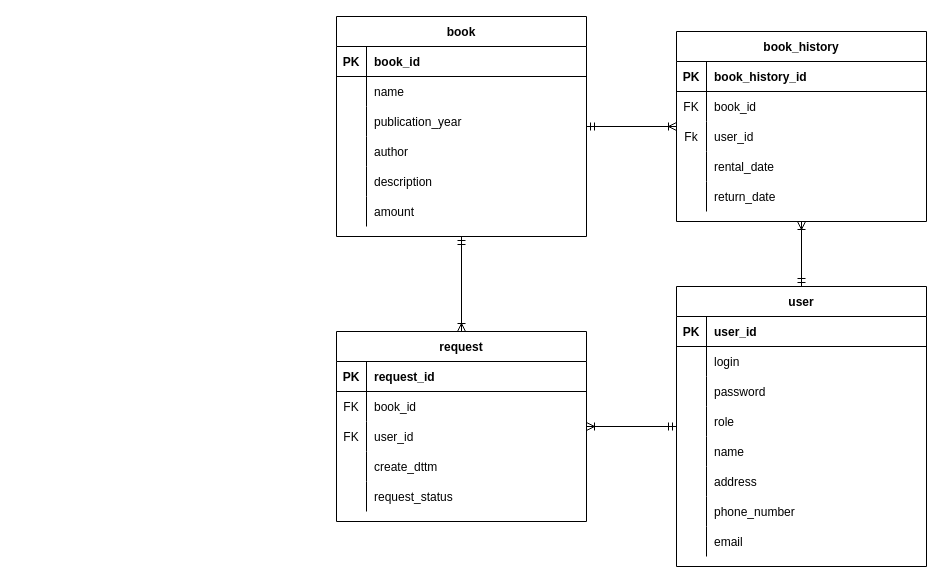
The draw.io diagram src/main/resources/erdiagram/er.drawio in Unusualuser/BookAccountingSystem, before the edit. Source tidied: cells renumbered, new cells numbered last; positions are measured from the earlier drawing's top-left corner, leaving out a move shared by most shapes. Both pictures are drawn from the tidied source at 100%, with x=0, y=0 at pixel (336, 16).
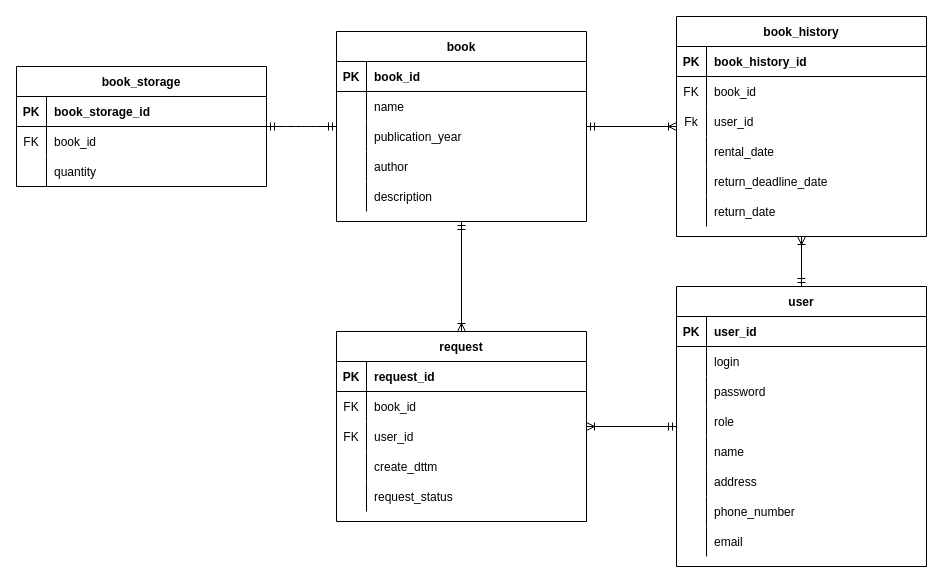
After the change.

What changed in the source:
```diff
@@
     <mxCell id="2" value="book" style="shape=table;startSize=30;childLayout=tableLayout;rowLines=0;fontStyle=1;align=center;" parent="1" vertex="1">
-      <mxGeometry width="250" height="220" as="geometry" />
+      <mxGeometry y="15" width="250" height="190" as="geometry" />
     </mxCell>
@@
-    <mxCell id="18" style="shape=partialRectangle;fillColor=none;top=0;left=0;right=0;bottom=0;" parent="2" vertex="1">
-      <mxGeometry y="180" width="250" height="30" as="geometry" />
-    </mxCell>
-    <mxCell id="19" style="shape=partialRectangle;overflow=hidden;fillColor=none;top=0;left=0;bottom=0;right=0;" parent="18" vertex="1">
-      <mxGeometry width="30" height="30" as="geometry" />
-    </mxCell>
-    <mxCell id="20" value="amount" style="shape=partialRectangle;overflow=hidden;fillColor=none;top=0;left=0;bottom=0;right=0;align=left;spacingLeft=6;" parent="18" vertex="1">
-      <mxGeometry x="30" width="220" height="30" as="geometry" />
-    </mxCell>
     <mxCell id="21" value="book_history" style="shape=table;startSize=30;childLayout=tableLayout;rowLines=0;fontStyle=1;align=center;" parent="1" vertex="1">
-      <mxGeometry x="340" y="15" width="250" height="190" as="geometry" />
+      <mxGeometry x="340" width="250" height="220" as="geometry" />
     </mxCell>
@@
+    <mxCell id="82" style="shape=partialRectangle;fillColor=none;top=0;left=0;right=0;bottom=0;" parent="21" vertex="1">
+      <mxGeometry y="150" width="250" height="30" as="geometry" />
+    </mxCell>
+    <mxCell id="83" style="shape=partialRectangle;overflow=hidden;fillColor=none;top=0;left=0;bottom=0;right=0;" parent="82" vertex="1">
+      <mxGeometry width="30" height="30" as="geometry" />
+    </mxCell>
+    <mxCell id="84" value="return_deadline_date" style="shape=partialRectangle;overflow=hidden;fillColor=none;top=0;left=0;bottom=0;right=0;align=left;spacingLeft=6;" parent="82" vertex="1">
+      <mxGeometry x="30" width="220" height="30" as="geometry" />
+    </mxCell>
     <mxCell id="34" style="shape=partialRectangle;fillColor=none;top=0;left=0;right=0;bottom=0;" parent="21" vertex="1">
-      <mxGeometry y="150" width="250" height="30" as="geometry" />
+      <mxGeometry y="180" width="250" height="30" as="geometry" />
     </mxCell>
@@
+    <mxCell id="85" value="book_storage" style="shape=table;startSize=30;childLayout=tableLayout;rowLines=0;fontStyle=1;align=center;" parent="1" vertex="1">
+      <mxGeometry x="-320" y="50" width="250" height="120" as="geometry" />
+    </mxCell>
+    <mxCell id="86" style="shape=partialRectangle;fillColor=none;top=0;left=0;right=0;bottom=1;" parent="85" vertex="1">
+      <mxGeometry y="30" width="250" height="30" as="geometry" />
+    </mxCell>
+    <mxCell id="87" value="PK" style="shape=partialRectangle;overflow=hidden;fillColor=none;top=0;left=0;bottom=0;right=0;fontStyle=1;" parent="86" vertex="1">
+      <mxGeometry width="30" height="30" as="geometry" />
+    </mxCell>
+    <mxCell id="88" value="book_storage_id" style="shape=partialRectangle;overflow=hidden;fillColor=none;top=0;left=0;bottom=0;right=0;align=left;spacingLeft=6;fontStyle=1;" parent="86" vertex="1">
+      <mxGeometry x="30" width="220" height="30" as="geometry" />
+    </mxCell>
+    <mxCell id="89" style="shape=partialRectangle;fillColor=none;top=0;left=0;right=0;bottom=0;" parent="85" vertex="1">
+      <mxGeometry y="60" width="250" height="30" as="geometry" />
+    </mxCell>
+    <mxCell id="90" value="FK" style="shape=partialRectangle;overflow=hidden;fillColor=none;top=0;left=0;bottom=0;right=0;" parent="89" vertex="1">
+      <mxGeometry width="30" height="30" as="geometry" />
+    </mxCell>
+    <mxCell id="91" value="book_id" style="shape=partialRectangle;overflow=hidden;fillColor=none;top=0;left=0;bottom=0;right=0;align=left;spacingLeft=6;" parent="89" vertex="1">
+      <mxGeometry x="30" width="220" height="30" as="geometry" />
+    </mxCell>
+    <mxCell id="92" style="shape=partialRectangle;fillColor=none;top=0;left=0;right=0;bottom=0;" parent="85" vertex="1">
+      <mxGeometry y="90" width="250" height="30" as="geometry" />
+    </mxCell>
+    <mxCell id="93" style="shape=partialRectangle;overflow=hidden;fillColor=none;top=0;left=0;bottom=0;right=0;" parent="92" vertex="1">
+      <mxGeometry width="30" height="30" as="geometry" />
+    </mxCell>
+    <mxCell id="94" value="quantity" style="shape=partialRectangle;overflow=hidden;fillColor=none;top=0;left=0;bottom=0;right=0;align=left;spacingLeft=6;" parent="92" vertex="1">
+      <mxGeometry x="30" width="220" height="30" as="geometry" />
+    </mxCell>
+    <mxCell id="95" style="edgeStyle=entityRelationEdgeStyle;fontSize=12;html=1;endArrow=ERmandOne;startArrow=ERmandOne;" parent="1" edge="1" source="85" target="2">
+      <mxGeometry relative="1" as="geometry" />
+    </mxCell>
```
